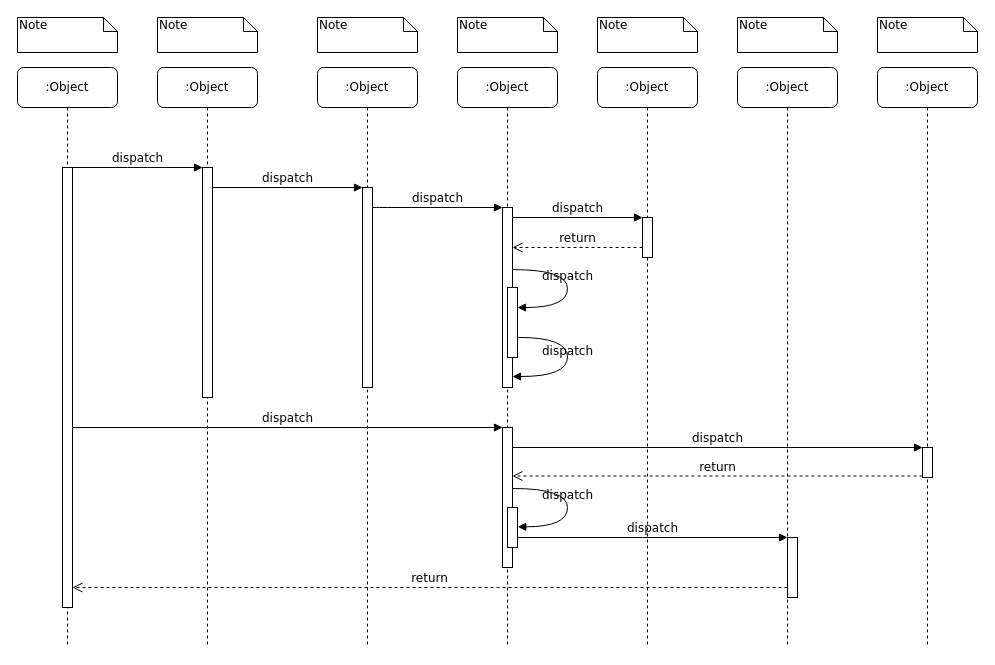
yzzh9/yzzh9 keeps this draw.io diagram as seewo/drawio/设备协议统一时序图.drawio. Above is the earlier version. Source tidied: cells renumbered, new cells numbered last; positions are measured from the earlier drawing's top-left corner, leaving out a move shared by most shapes. Both pictures are drawn from the tidied source at 100%, with x=0, y=0 at pixel (17, 17).
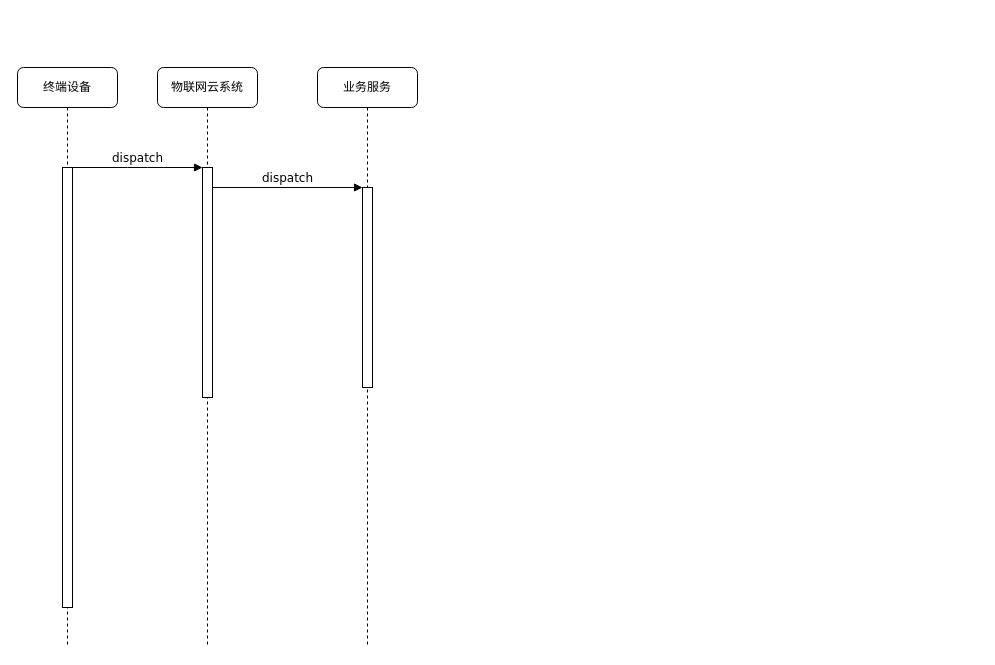
After the change.

Commit message (it also covers changes not shown here):
更新设备协议统一时序图.drawio

Unchanged cells that the change refers to:
```xml
<mxCell id="5" style="html=1;points=[];perimeter=orthogonalPerimeter;rounded=0;shadow=0;comic=0;labelBackgroundColor=none;strokeWidth=1;fontFamily=Verdana;fontSize=12;align=center;" parent="4" vertex="1">
  <mxGeometry x="45" y="120" width="10" height="200" as="geometry" />
</mxCell>
<mxCell id="11" style="html=1;points=[];perimeter=orthogonalPerimeter;rounded=0;shadow=0;comic=0;labelBackgroundColor=none;strokeWidth=1;fontFamily=Verdana;fontSize=12;align=center;" parent="10" vertex="1">
  <mxGeometry x="45" y="100" width="10" height="440" as="geometry" />
</mxCell>
```

Change to the diagram source:
```diff
@@
-    <mxCell id="2" value=":Object" style="shape=umlLifeline;perimeter=lifelinePerimeter;whiteSpace=wrap;html=1;rounded=1;shadow=0;comic=0;labelBackgroundColor=none;strokeWidth=1;fontFamily=Verdana;fontSize=12;align=center;" parent="1" vertex="1">
+    <mxCell id="2" value="物联网云系统" style="shape=umlLifeline;perimeter=lifelinePerimeter;whiteSpace=wrap;html=1;rounded=1;shadow=0;comic=0;labelBackgroundColor=none;strokeWidth=1;fontFamily=Verdana;fontSize=12;align=center;" parent="1" vertex="1">
       <mxGeometry x="140" y="50" width="100" height="580" as="geometry" />
     </mxCell>
@@
-    <mxCell id="4" value=":Object" style="shape=umlLifeline;perimeter=lifelinePerimeter;whiteSpace=wrap;html=1;rounded=1;shadow=0;comic=0;labelBackgroundColor=none;strokeWidth=1;fontFamily=Verdana;fontSize=12;align=center;" parent="1" vertex="1">
+    <mxCell id="4" value="业务服务" style="shape=umlLifeline;perimeter=lifelinePerimeter;whiteSpace=wrap;html=1;rounded=1;shadow=0;comic=0;labelBackgroundColor=none;strokeWidth=1;fontFamily=Verdana;fontSize=12;align=center;" parent="1" vertex="1">
       <mxGeometry x="300" y="50" width="100" height="580" as="geometry" />
     </mxCell>
@@
-    <mxCell id="6" value=":Object" style="shape=umlLifeline;perimeter=lifelinePerimeter;whiteSpace=wrap;html=1;rounded=1;shadow=0;comic=0;labelBackgroundColor=none;strokeWidth=1;fontFamily=Verdana;fontSize=12;align=center;" parent="1" vertex="1">
-      <mxGeometry x="440" y="50" width="100" height="580" as="geometry" />
-    </mxCell>
-    <mxCell id="7" value=":Object" style="shape=umlLifeline;perimeter=lifelinePerimeter;whiteSpace=wrap;html=1;rounded=1;shadow=0;comic=0;labelBackgroundColor=none;strokeWidth=1;fontFamily=Verdana;fontSize=12;align=center;" parent="1" vertex="1">
-      <mxGeometry x="580" y="50" width="100" height="580" as="geometry" />
-    </mxCell>
-    <mxCell id="8" value=":Object" style="shape=umlLifeline;perimeter=lifelinePerimeter;whiteSpace=wrap;html=1;rounded=1;shadow=0;comic=0;labelBackgroundColor=none;strokeWidth=1;fontFamily=Verdana;fontSize=12;align=center;" parent="1" vertex="1">
-      <mxGeometry x="720" y="50" width="100" height="580" as="geometry" />
-    </mxCell>
-    <mxCell id="9" value=":Object" style="shape=umlLifeline;perimeter=lifelinePerimeter;whiteSpace=wrap;html=1;rounded=1;shadow=0;comic=0;labelBackgroundColor=none;strokeWidth=1;fontFamily=Verdana;fontSize=12;align=center;" parent="1" vertex="1">
-      <mxGeometry x="860" y="50" width="100" height="580" as="geometry" />
-    </mxCell>
-    <mxCell id="10" value=":Object" style="shape=umlLifeline;perimeter=lifelinePerimeter;whiteSpace=wrap;html=1;rounded=1;shadow=0;comic=0;labelBackgroundColor=none;strokeWidth=1;fontFamily=Verdana;fontSize=12;align=center;" parent="1" vertex="1">
+    <mxCell id="10" value="终端设备" style="shape=umlLifeline;perimeter=lifelinePerimeter;whiteSpace=wrap;html=1;rounded=1;shadow=0;comic=0;labelBackgroundColor=none;strokeWidth=1;fontFamily=Verdana;fontSize=12;align=center;" parent="1" vertex="1">
       <mxGeometry y="50" width="100" height="580" as="geometry" />
     </mxCell>
@@
-    <mxCell id="12" style="html=1;points=[];perimeter=orthogonalPerimeter;rounded=0;shadow=0;comic=0;labelBackgroundColor=none;strokeWidth=1;fontFamily=Verdana;fontSize=12;align=center;" parent="1" vertex="1">
-      <mxGeometry x="485" y="190" width="10" height="180" as="geometry" />
-    </mxCell>
-    <mxCell id="13" value="dispatch" style="html=1;verticalAlign=bottom;endArrow=block;labelBackgroundColor=none;fontFamily=Verdana;fontSize=12;edgeStyle=elbowEdgeStyle;elbow=vertical;" parent="1" edge="1" source="5" target="12">
-      <mxGeometry relative="1" as="geometry">
-        <Array as="points">
-          <mxPoint x="360" y="190" />
-        </Array>
-      </mxGeometry>
-    </mxCell>
-    <mxCell id="14" style="html=1;points=[];perimeter=orthogonalPerimeter;rounded=0;shadow=0;comic=0;labelBackgroundColor=none;strokeWidth=1;fontFamily=Verdana;fontSize=12;align=center;" parent="1" vertex="1">
-      <mxGeometry x="625" y="200" width="10" height="40" as="geometry" />
-    </mxCell>
-    <mxCell id="15" value="dispatch" style="html=1;verticalAlign=bottom;endArrow=block;entryX=0;entryY=0;labelBackgroundColor=none;fontFamily=Verdana;fontSize=12;edgeStyle=elbowEdgeStyle;elbow=vertical;" parent="1" edge="1" source="12" target="14">
-      <mxGeometry relative="1" as="geometry" />
-    </mxCell>
-    <mxCell id="16" value="return" style="html=1;verticalAlign=bottom;endArrow=open;dashed=1;endSize=8;labelBackgroundColor=none;fontFamily=Verdana;fontSize=12;edgeStyle=elbowEdgeStyle;elbow=vertical;" parent="1" edge="1" source="14" target="12">
-      <mxGeometry relative="1" as="geometry">
-        <Array as="points">
-          <mxPoint x="570" y="230" />
-          <mxPoint x="600" y="230" />
-        </Array>
-      </mxGeometry>
-    </mxCell>
-    <mxCell id="17" style="html=1;points=[];perimeter=orthogonalPerimeter;rounded=0;shadow=0;comic=0;labelBackgroundColor=none;strokeWidth=1;fontFamily=Verdana;fontSize=12;align=center;" parent="1" vertex="1">
-      <mxGeometry x="485" y="410" width="10" height="140" as="geometry" />
-    </mxCell>
-    <mxCell id="18" value="dispatch" style="html=1;verticalAlign=bottom;endArrow=block;entryX=0;entryY=0;labelBackgroundColor=none;fontFamily=Verdana;fontSize=12;" parent="1" edge="1" source="11" target="17">
-      <mxGeometry relative="1" as="geometry" />
-    </mxCell>
-    <mxCell id="19" style="html=1;points=[];perimeter=orthogonalPerimeter;rounded=0;shadow=0;comic=0;labelBackgroundColor=none;strokeColor=#000000;strokeWidth=1;fillColor=#FFFFFF;fontFamily=Verdana;fontSize=12;fontColor=#000000;align=center;" parent="1" vertex="1">
-      <mxGeometry x="905" y="430" width="10" height="30" as="geometry" />
-    </mxCell>
-    <mxCell id="20" value="dispatch" style="html=1;verticalAlign=bottom;endArrow=block;entryX=0;entryY=0;labelBackgroundColor=none;fontFamily=Verdana;fontSize=12;" parent="1" edge="1" source="17" target="19">
-      <mxGeometry relative="1" as="geometry" />
-    </mxCell>
-    <mxCell id="21" value="return" style="html=1;verticalAlign=bottom;endArrow=open;dashed=1;endSize=8;exitX=0;exitY=0.95;labelBackgroundColor=none;fontFamily=Verdana;fontSize=12;" parent="1" edge="1" source="19" target="17">
-      <mxGeometry relative="1" as="geometry" />
-    </mxCell>
-    <mxCell id="22" style="html=1;points=[];perimeter=orthogonalPerimeter;rounded=0;shadow=0;comic=0;labelBackgroundColor=none;strokeWidth=1;fontFamily=Verdana;fontSize=12;align=center;" parent="1" vertex="1">
-      <mxGeometry x="770" y="520" width="10" height="60" as="geometry" />
-    </mxCell>
-    <mxCell id="23" value="dispatch" style="html=1;verticalAlign=bottom;endArrow=block;entryX=0;entryY=0;labelBackgroundColor=none;fontFamily=Verdana;fontSize=12;edgeStyle=elbowEdgeStyle;elbow=vertical;" parent="1" edge="1" source="30" target="22">
-      <mxGeometry relative="1" as="geometry" />
-    </mxCell>
-    <mxCell id="24" value="return" style="html=1;verticalAlign=bottom;endArrow=open;dashed=1;endSize=8;labelBackgroundColor=none;fontFamily=Verdana;fontSize=12;edgeStyle=elbowEdgeStyle;elbow=vertical;" parent="1" edge="1" source="22" target="11">
-      <mxGeometry relative="1" as="geometry">
-        <Array as="points">
-          <mxPoint x="470" y="570" />
-        </Array>
-      </mxGeometry>
-    </mxCell>
@@
-    <mxCell id="27" style="html=1;points=[];perimeter=orthogonalPerimeter;rounded=0;shadow=0;comic=0;labelBackgroundColor=none;strokeWidth=1;fontFamily=Verdana;fontSize=12;align=center;" parent="1" vertex="1">
-      <mxGeometry x="490" y="270" width="10" height="70" as="geometry" />
-    </mxCell>
-    <mxCell id="28" value="dispatch" style="html=1;verticalAlign=bottom;endArrow=block;labelBackgroundColor=none;fontFamily=Verdana;fontSize=12;elbow=vertical;edgeStyle=orthogonalEdgeStyle;curved=1;entryX=1;entryY=0.286;entryPerimeter=0;exitX=1.038;exitY=0.345;exitPerimeter=0;" parent="1" edge="1" source="12" target="27">
-      <mxGeometry relative="1" as="geometry">
-        <Array as="points">
-          <mxPoint x="550" y="252" />
-          <mxPoint x="550" y="290" />
-        </Array>
-      </mxGeometry>
-    </mxCell>
-    <mxCell id="29" value="dispatch" style="html=1;verticalAlign=bottom;endArrow=block;labelBackgroundColor=none;fontFamily=Verdana;fontSize=12;elbow=vertical;edgeStyle=orthogonalEdgeStyle;curved=1;exitX=1.066;exitY=0.713;exitPerimeter=0;" parent="1" edge="1" source="27">
-      <mxGeometry relative="1" as="geometry">
-        <mxPoint x="495" y="359" as="targetPoint" />
-        <Array as="points">
-          <mxPoint x="550" y="320" />
-          <mxPoint x="550" y="359" />
-        </Array>
-      </mxGeometry>
-    </mxCell>
-    <mxCell id="30" style="html=1;points=[];perimeter=orthogonalPerimeter;rounded=0;shadow=0;comic=0;labelBackgroundColor=none;strokeWidth=1;fontFamily=Verdana;fontSize=12;align=center;" parent="1" vertex="1">
-      <mxGeometry x="490" y="490" width="10" height="40" as="geometry" />
-    </mxCell>
-    <mxCell id="31" value="dispatch" style="html=1;verticalAlign=bottom;endArrow=block;labelBackgroundColor=none;fontFamily=Verdana;fontSize=12;elbow=vertical;edgeStyle=orthogonalEdgeStyle;curved=1;entryX=1;entryY=0.286;entryPerimeter=0;exitX=1.038;exitY=0.345;exitPerimeter=0;" parent="1" edge="1">
-      <mxGeometry relative="1" as="geometry">
-        <mxPoint x="495.3" y="471" as="sourcePoint" />
-        <mxPoint x="500.3" y="509.3" as="targetPoint" />
-        <Array as="points">
-          <mxPoint x="550" y="471" />
-          <mxPoint x="550" y="509" />
-        </Array>
-      </mxGeometry>
-    </mxCell>
-    <mxCell id="32" value="Note" style="shape=note;whiteSpace=wrap;html=1;size=14;verticalAlign=top;align=left;spacingTop=-6;rounded=0;shadow=0;comic=0;labelBackgroundColor=none;strokeWidth=1;fontFamily=Verdana;fontSize=12;" parent="1" vertex="1">
-      <mxGeometry width="100" height="35" as="geometry" />
-    </mxCell>
-    <mxCell id="33" value="Note" style="shape=note;whiteSpace=wrap;html=1;size=14;verticalAlign=top;align=left;spacingTop=-6;rounded=0;shadow=0;comic=0;labelBackgroundColor=none;strokeWidth=1;fontFamily=Verdana;fontSize=12;" parent="1" vertex="1">
-      <mxGeometry x="140" width="100" height="35" as="geometry" />
-    </mxCell>
-    <mxCell id="34" value="Note" style="shape=note;whiteSpace=wrap;html=1;size=14;verticalAlign=top;align=left;spacingTop=-6;rounded=0;shadow=0;comic=0;labelBackgroundColor=none;strokeWidth=1;fontFamily=Verdana;fontSize=12;" parent="1" vertex="1">
-      <mxGeometry x="300" width="100" height="35" as="geometry" />
-    </mxCell>
-    <mxCell id="35" value="Note" style="shape=note;whiteSpace=wrap;html=1;size=14;verticalAlign=top;align=left;spacingTop=-6;rounded=0;shadow=0;comic=0;labelBackgroundColor=none;strokeWidth=1;fontFamily=Verdana;fontSize=12;" parent="1" vertex="1">
-      <mxGeometry x="440" width="100" height="35" as="geometry" />
-    </mxCell>
-    <mxCell id="36" value="Note" style="shape=note;whiteSpace=wrap;html=1;size=14;verticalAlign=top;align=left;spacingTop=-6;rounded=0;shadow=0;comic=0;labelBackgroundColor=none;strokeWidth=1;fontFamily=Verdana;fontSize=12;" parent="1" vertex="1">
-      <mxGeometry x="580" width="100" height="35" as="geometry" />
-    </mxCell>
-    <mxCell id="37" value="Note" style="shape=note;whiteSpace=wrap;html=1;size=14;verticalAlign=top;align=left;spacingTop=-6;rounded=0;shadow=0;comic=0;labelBackgroundColor=none;strokeWidth=1;fontFamily=Verdana;fontSize=12;" parent="1" vertex="1">
-      <mxGeometry x="720" width="100" height="35" as="geometry" />
-    </mxCell>
-    <mxCell id="38" value="Note" style="shape=note;whiteSpace=wrap;html=1;size=14;verticalAlign=top;align=left;spacingTop=-6;rounded=0;shadow=0;comic=0;labelBackgroundColor=none;strokeWidth=1;fontFamily=Verdana;fontSize=12;" parent="1" vertex="1">
-      <mxGeometry x="860" width="100" height="35" as="geometry" />
-    </mxCell>
```
